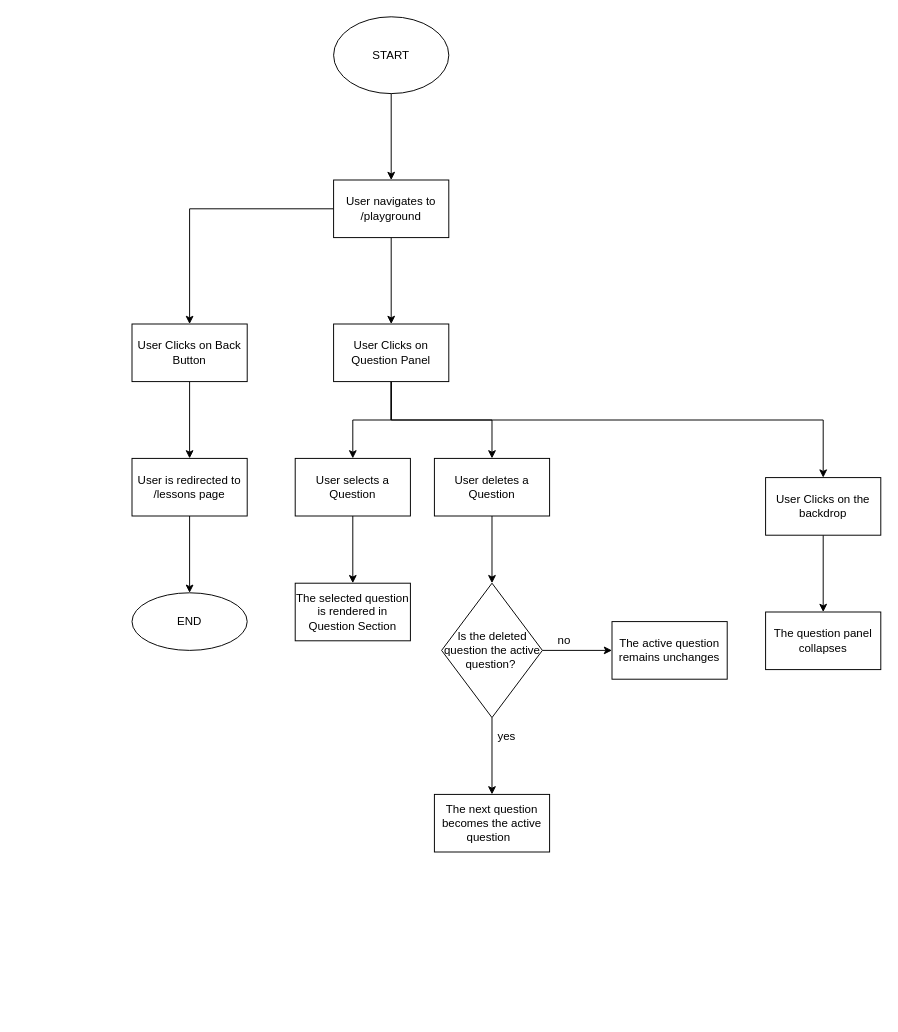
The draw.io diagram Teachers Quiz Feature.drawio in faizanalibugti/Feature-Digrams, before the edit. Source tidied: cells renumbered, new cells numbered last; positions are measured from the earlier drawing's top-left corner, leaving out a move shared by most shapes. Both pictures are drawn from the tidied source at 96%, with x=0, y=0 at pixel (132, 16).
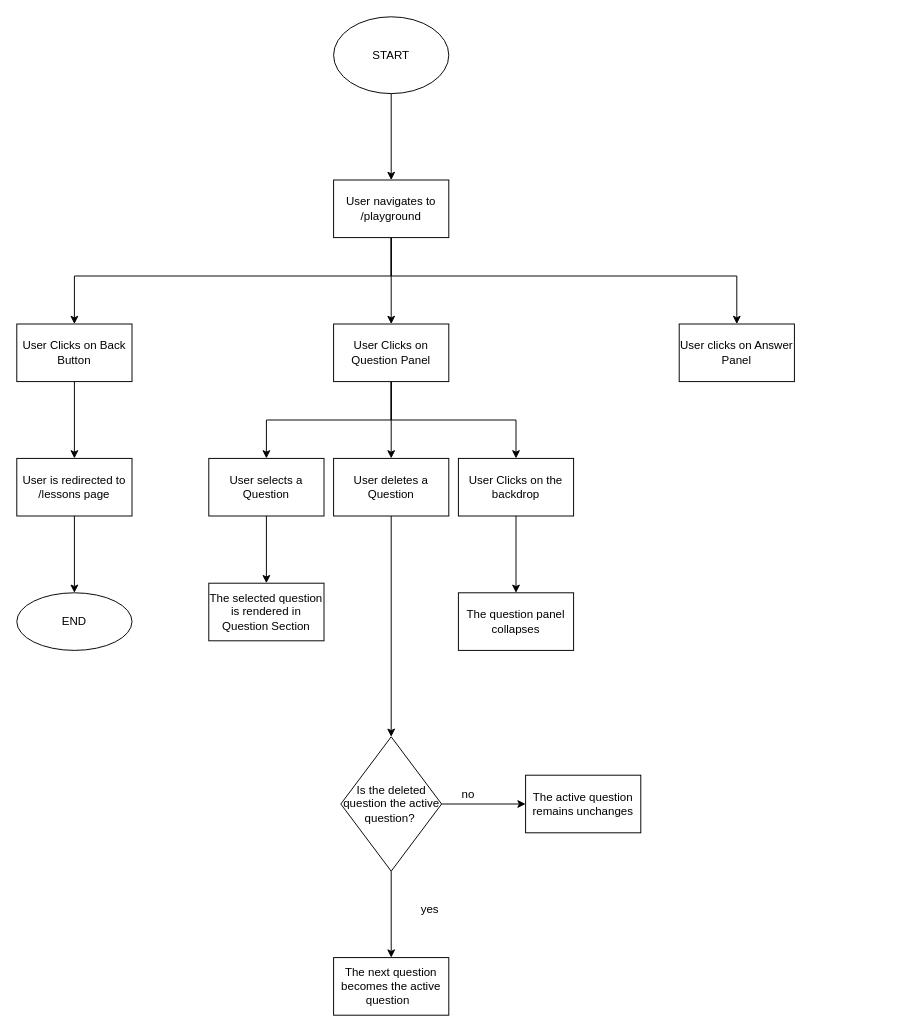
The same page after the edit.

Unchanged cells that the change refers to:
```xml
<mxCell id="6" value="User navigates to /playground" style="whiteSpace=wrap;html=1;" parent="1" vertex="1">
  <mxGeometry x="210" y="170" width="120" height="60" as="geometry" />
</mxCell>
<mxCell id="15" value="User Clicks on Question Panel" style="whiteSpace=wrap;html=1;" parent="1" vertex="1">
  <mxGeometry x="210" y="320" width="120" height="60" as="geometry" />
</mxCell>
```

What changed in the source:
```diff
@@
     <mxCell id="4" style="edgeStyle=orthogonalEdgeStyle;rounded=0;jettySize=auto;html=1;" parent="1" edge="1" source="6" target="8">
-      <mxGeometry relative="1" as="geometry" />
+      <mxGeometry relative="1" as="geometry">
+        <Array as="points">
+          <mxPoint x="270" y="270" />
+          <mxPoint x="-60" y="270" />
+        </Array>
+      </mxGeometry>
     </mxCell>
@@
+    <mxCell id="32" style="edgeStyle=orthogonalEdgeStyle;rounded=0;jettySize=auto;html=1;" parent="1" edge="1" source="6" target="33">
+      <mxGeometry relative="1" as="geometry">
+        <Array as="points">
+          <mxPoint x="270" y="270" />
+          <mxPoint x="630" y="270" />
+        </Array>
+      </mxGeometry>
+    </mxCell>
@@
     <mxCell id="8" value="User Clicks on Back Button" style="whiteSpace=wrap;html=1;" parent="1" vertex="1">
-      <mxGeometry y="320" width="120" height="60" as="geometry" />
+      <mxGeometry x="-120" y="320" width="120" height="60" as="geometry" />
     </mxCell>
@@
     <mxCell id="10" value="User is redirected to /lessons page" style="whiteSpace=wrap;html=1;" parent="1" vertex="1">
-      <mxGeometry y="460" width="120" height="60" as="geometry" />
+      <mxGeometry x="-120" y="460" width="120" height="60" as="geometry" />
     </mxCell>
     <mxCell id="11" value="END" style="ellipse;whiteSpace=wrap;html=1;" parent="1" vertex="1">
-      <mxGeometry y="600" width="120" height="60" as="geometry" />
+      <mxGeometry x="-120" y="600" width="120" height="60" as="geometry" />
     </mxCell>
     <mxCell id="12" style="edgeStyle=orthogonalEdgeStyle;rounded=0;jettySize=auto;html=1;" parent="1" edge="1" source="15" target="17">
-      <mxGeometry relative="1" as="geometry" />
+      <mxGeometry relative="1" as="geometry">
+        <Array as="points">
+          <mxPoint x="270" y="420" />
+          <mxPoint x="140" y="420" />
+        </Array>
+      </mxGeometry>
     </mxCell>
@@
     <mxCell id="14" style="edgeStyle=orthogonalEdgeStyle;rounded=0;jettySize=auto;html=1;" parent="1" edge="1" source="15" target="30">
       <mxGeometry relative="1" as="geometry">
         <Array as="points">
           <mxPoint x="270" y="420" />
-          <mxPoint x="720" y="420" />
+          <mxPoint x="400" y="420" />
         </Array>
       </mxGeometry>
     </mxCell>
@@
     <mxCell id="17" value="User selects a Question" style="whiteSpace=wrap;html=1;" parent="1" vertex="1">
-      <mxGeometry x="170" y="460" width="120" height="60" as="geometry" />
+      <mxGeometry x="80" y="460" width="120" height="60" as="geometry" />
     </mxCell>
@@
     <mxCell id="19" value="The selected question is rendered in Question Section" style="whiteSpace=wrap;html=1;" parent="1" vertex="1">
-      <mxGeometry x="170" y="590" width="120" height="60" as="geometry" />
+      <mxGeometry x="80" y="590" width="120" height="60" as="geometry" />
     </mxCell>
@@
     <mxCell id="21" value="User deletes a Question" style="whiteSpace=wrap;html=1;" parent="1" vertex="1">
-      <mxGeometry x="315" y="460" width="120" height="60" as="geometry" />
+      <mxGeometry x="210" y="460" width="120" height="60" as="geometry" />
     </mxCell>
@@
     <mxCell id="24" value="Is the deleted question the active question?&amp;nbsp;" style="rhombus;whiteSpace=wrap;html=1;" parent="1" vertex="1">
-      <mxGeometry x="322.5" y="590" width="105" height="140" as="geometry" />
+      <mxGeometry x="217.5" y="750" width="105" height="140" as="geometry" />
     </mxCell>
     <mxCell id="25" value="The active question remains unchanges" style="whiteSpace=wrap;html=1;" parent="1" vertex="1">
-      <mxGeometry x="500" y="630" width="120" height="60" as="geometry" />
+      <mxGeometry x="410" y="790" width="120" height="60" as="geometry" />
     </mxCell>
     <mxCell id="26" value="The next question becomes the active question&amp;nbsp;&amp;nbsp;" style="whiteSpace=wrap;html=1;" parent="1" vertex="1">
-      <mxGeometry x="315" y="810" width="120" height="60" as="geometry" />
+      <mxGeometry x="210" y="980" width="120" height="60" as="geometry" />
     </mxCell>
     <mxCell id="27" value="no" style="text;html=1;align=center;verticalAlign=middle;strokeColor=none;fillColor=none;" parent="1" vertex="1">
-      <mxGeometry x="430" y="635" width="40" height="30" as="geometry" />
+      <mxGeometry x="330" y="795" width="40" height="30" as="geometry" />
     </mxCell>
     <mxCell id="28" value="yes" style="text;html=1;align=center;verticalAlign=middle;strokeColor=none;fillColor=none;" parent="1" vertex="1">
-      <mxGeometry x="370" y="735" width="40" height="30" as="geometry" />
+      <mxGeometry x="290" y="915" width="40" height="30" as="geometry" />
     </mxCell>
@@
     <mxCell id="30" value="User Clicks on the backdrop" style="whiteSpace=wrap;html=1;" parent="1" vertex="1">
-      <mxGeometry x="660" y="480" width="120" height="60" as="geometry" />
+      <mxGeometry x="340" y="460" width="120" height="60" as="geometry" />
     </mxCell>
     <mxCell id="31" value="The question panel collapses" style="whiteSpace=wrap;html=1;" parent="1" vertex="1">
-      <mxGeometry x="660" y="620" width="120" height="60" as="geometry" />
+      <mxGeometry x="340" y="600" width="120" height="60" as="geometry" />
     </mxCell>
+    <mxCell id="33" value="User clicks on Answer Panel" style="whiteSpace=wrap;html=1;" parent="1" vertex="1">
+      <mxGeometry x="570" y="320" width="120" height="60" as="geometry" />
+    </mxCell>
```
